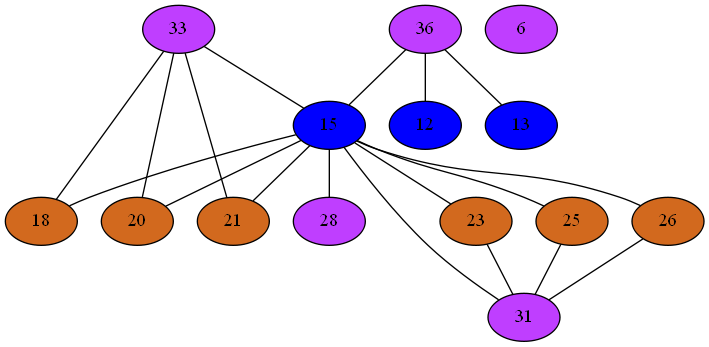
The Graphviz diagram Compiler/22iGraph.png in mbajaj92/Project-Astoria, before a commit. Its source is kept beside it as Compiler/22iGraph.dot. Source of this version:
```dot
strict graph {
33[label="33" style=filled fillcolor="darkorchid1"];
33 -- 18
33 -- 20
33 -- 21
33 -- 15
36[label="36" style=filled fillcolor="darkorchid1"];
36 -- 12
36 -- 13
36 -- 15
6[label="6" style=filled fillcolor="darkorchid1"];
12[label="12" style=filled fillcolor="blue1"];
12 -- 36
13[label="13" style=filled fillcolor="blue1"];
13 -- 36
15[label="15" style=filled fillcolor="blue1"];
15 -- 33
15 -- 18
15 -- 36
15 -- 20
15 -- 21
15 -- 23
15 -- 25
15 -- 26
15 -- 28
15 -- 31
18[label="18" style=filled fillcolor="chocolate"];
18 -- 33
18 -- 15
20[label="20" style=filled fillcolor="chocolate"];
20 -- 33
20 -- 15
21[label="21" style=filled fillcolor="chocolate"];
21 -- 33
21 -- 15
23[label="23" style=filled fillcolor="chocolate"];
23 -- 15
23 -- 31
25[label="25" style=filled fillcolor="chocolate"];
25 -- 15
25 -- 31
26[label="26" style=filled fillcolor="chocolate"];
26 -- 15
26 -- 31
28[label="28" style=filled fillcolor="darkorchid1"];
28 -- 15
31[label="31" style=filled fillcolor="darkorchid1"];
31 -- 23
31 -- 25
31 -- 26
31 -- 15
}
```
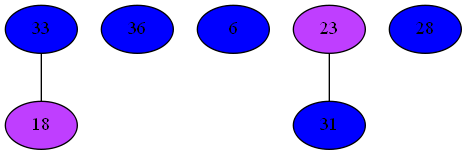
The same diagram one commit later.

The edit, as a diff of the source:
```diff
@@ -1,52 +1,13 @@
 strict graph {
-33[label="33" style=filled fillcolor="darkorchid1"];
+33[label="33" style=filled fillcolor="blue1"];
 33 -- 18
-33 -- 20
-33 -- 21
-33 -- 15
-36[label="36" style=filled fillcolor="darkorchid1"];
-36 -- 12
-36 -- 13
-36 -- 15
-6[label="6" style=filled fillcolor="darkorchid1"];
-12[label="12" style=filled fillcolor="blue1"];
-12 -- 36
-13[label="13" style=filled fillcolor="blue1"];
-13 -- 36
-15[label="15" style=filled fillcolor="blue1"];
-15 -- 33
-15 -- 18
-15 -- 36
-15 -- 20
-15 -- 21
-15 -- 23
-15 -- 25
-15 -- 26
-15 -- 28
-15 -- 31
-18[label="18" style=filled fillcolor="chocolate"];
+18[label="18" style=filled fillcolor="darkorchid1"];
 18 -- 33
-18 -- 15
-20[label="20" style=filled fillcolor="chocolate"];
-20 -- 33
-20 -- 15
-21[label="21" style=filled fillcolor="chocolate"];
-21 -- 33
-21 -- 15
-23[label="23" style=filled fillcolor="chocolate"];
-23 -- 15
+36[label="36" style=filled fillcolor="blue1"];
+6[label="6" style=filled fillcolor="blue1"];
+23[label="23" style=filled fillcolor="darkorchid1"];
 23 -- 31
-25[label="25" style=filled fillcolor="chocolate"];
-25 -- 15
-25 -- 31
-26[label="26" style=filled fillcolor="chocolate"];
-26 -- 15
-26 -- 31
-28[label="28" style=filled fillcolor="darkorchid1"];
-28 -- 15
-31[label="31" style=filled fillcolor="darkorchid1"];
+28[label="28" style=filled fillcolor="blue1"];
+31[label="31" style=filled fillcolor="blue1"];
 31 -- 23
-31 -- 25
-31 -- 26
-31 -- 15
 }
```
